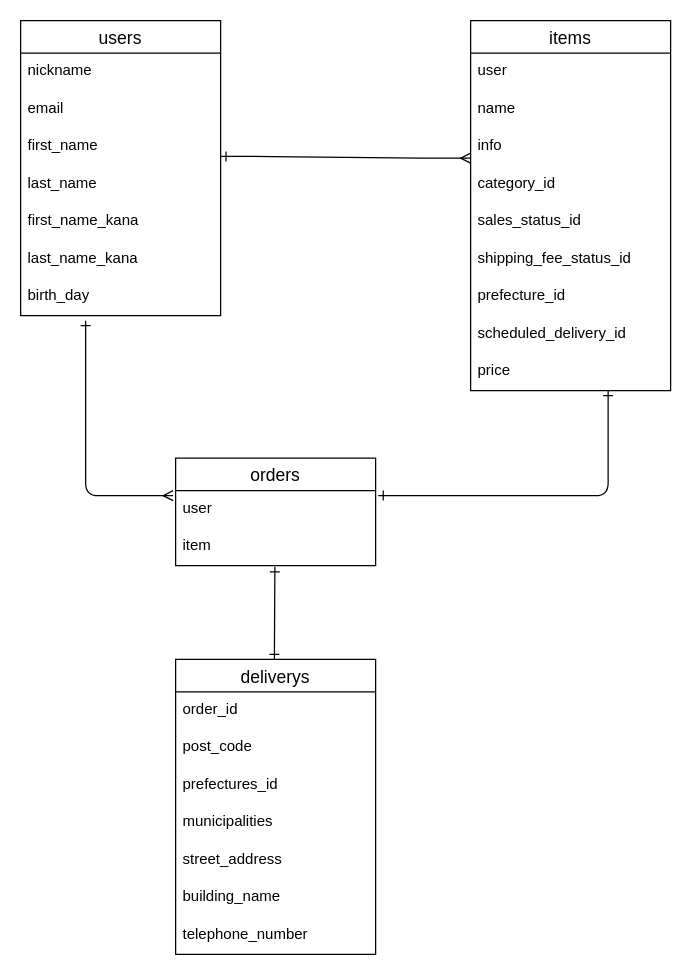
Before: er.dio in yuyunaginagi/furima-40237, a draw.io diagram. Source tidied: cells renumbered, new cells numbered last; positions are measured from the earlier drawing's top-left corner, leaving out a move shared by most shapes. Both pictures are drawn from the tidied source at 125%, with x=0, y=0 at pixel (20, 20).
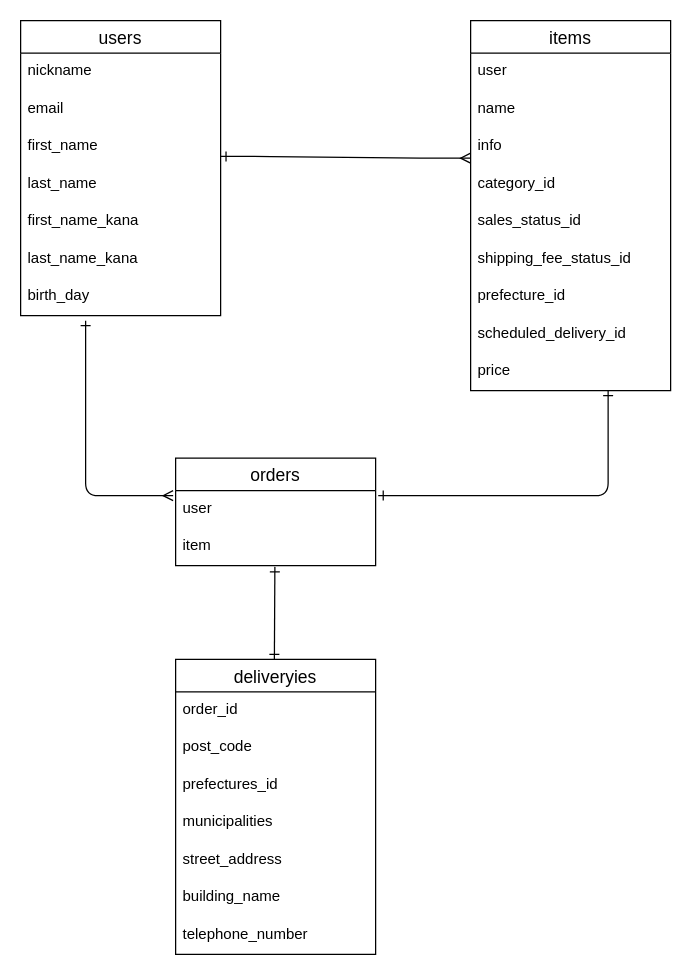
Above is the later version.

The edit, as a diff of the source:
```diff
@@
-    <mxCell id="20" value="deliverys" style="swimlane;fontStyle=0;horizontal=1;startSize=26;align=center;fontSize=14;" parent="1" vertex="1">
+    <mxCell id="20" value="deliveryies" style="swimlane;fontStyle=0;horizontal=1;startSize=26;align=center;fontSize=14;" parent="1" vertex="1">
       <mxGeometry x="124" y="511" width="160" height="236" as="geometry" />
     </mxCell>
```
